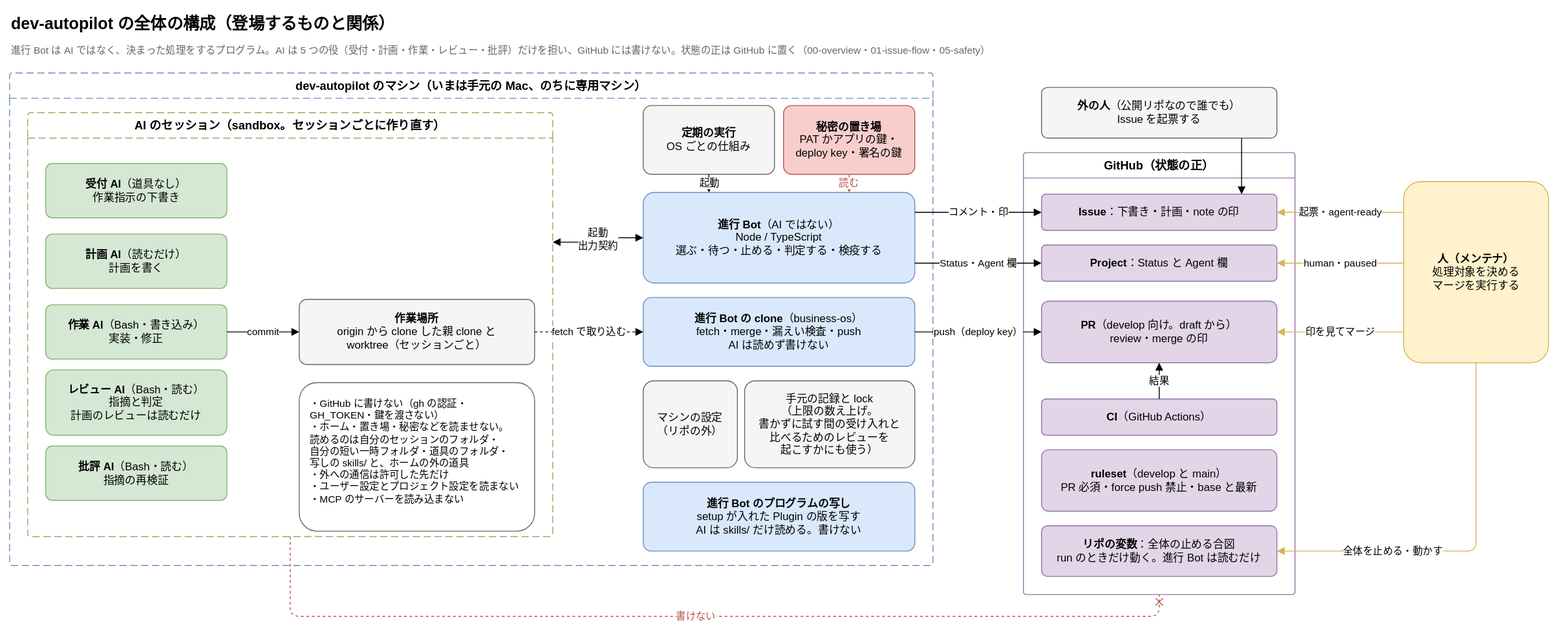
Before: docs/diagrams/overview.drawio.svg, a diagram exported from draw.io (Joymerrevent/dev-autopilot). Source tidied: cells renumbered, new cells last; positions are measured from the earlier drawing's top-left corner, leaving out a move shared by most shapes.
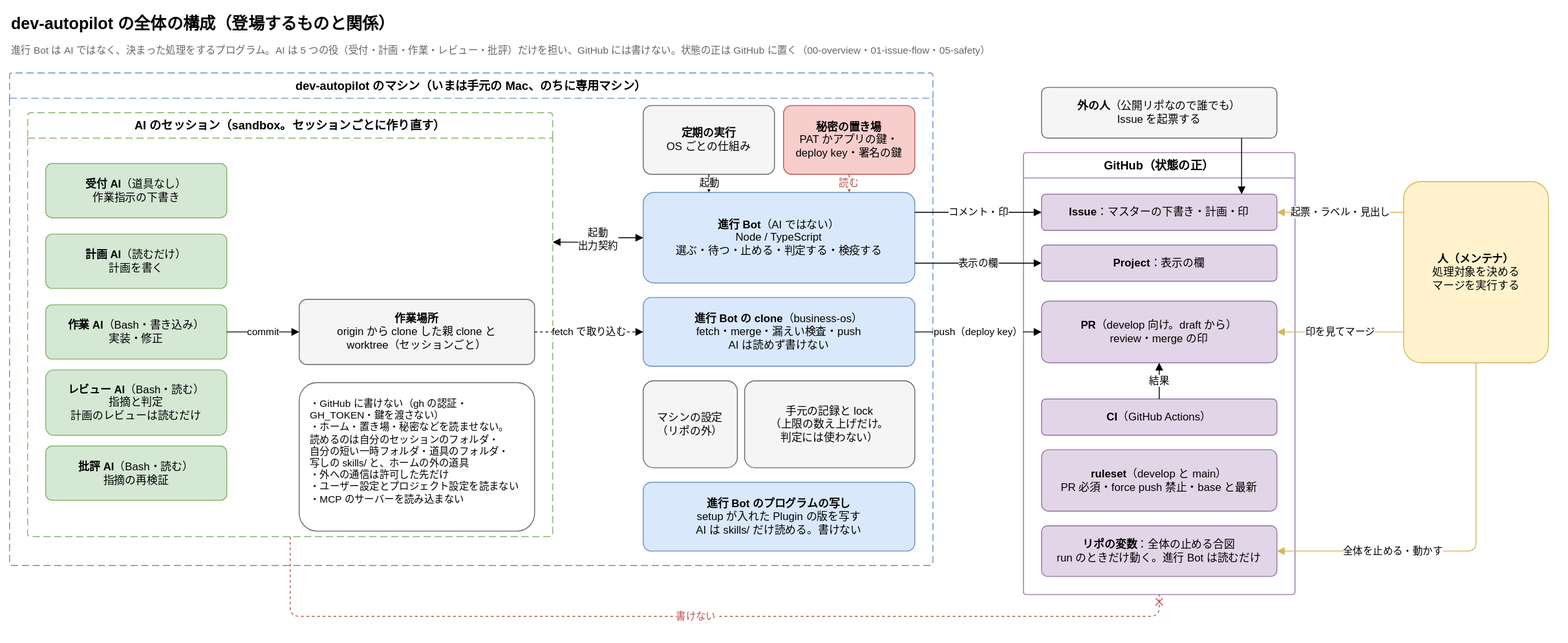
After the commit.

The edit, as a diff of the source:
```diff
@@ -53,16 +53,16 @@
     <mxCell id="18" value="マシンの設定&lt;br&gt;（リポの外）" style="rounded=1;whiteSpace=wrap;html=1;fontSize=12;arcSize=12;fillColor=#f5f5f5;strokeColor=#666666;spacing=12;" parent="1" vertex="1">
       <mxGeometry x="700" y="410" width="104" height="96" as="geometry" />
     </mxCell>
-    <mxCell id="19" value="手元の記録と lock&lt;br&gt;（上限の数え上げ。&lt;br&gt;書かずに試す間の受け入れと&lt;br&gt;比べるためのレビューを&lt;br&gt;起こすかにも使う）" style="rounded=1;whiteSpace=wrap;html=1;fontSize=12;arcSize=12;fillColor=#f5f5f5;strokeColor=#666666;spacing=12;" parent="1" vertex="1">
+    <mxCell id="19" value="手元の記録と lock&lt;br&gt;（上限の数え上げだけ。&lt;br&gt;判定には使わない）" style="rounded=1;whiteSpace=wrap;html=1;fontSize=12;arcSize=12;fillColor=#f5f5f5;strokeColor=#666666;spacing=12;" parent="1" vertex="1">
       <mxGeometry x="812" y="410" width="188" height="96" as="geometry" />
     </mxCell>
     <mxCell id="20" value="GitHub（状態の正）" style="swimlane;startSize=28;html=1;whiteSpace=wrap;rounded=1;arcSize=4;fontStyle=1;fontSize=13;strokeColor=#9673a6;fillColor=none;swimlaneFillColor=none;" parent="1" vertex="1">
       <mxGeometry x="1120" y="158" width="300" height="488" as="geometry" />
     </mxCell>
-    <mxCell id="21" value="&lt;b&gt;Issue&lt;/b&gt;：下書き・計画・note の印" style="rounded=1;whiteSpace=wrap;html=1;fontSize=12;arcSize=12;fillColor=#e1d5e7;strokeColor=#9673a6;spacing=12;" parent="20" vertex="1">
+    <mxCell id="21" value="&lt;b&gt;Issue&lt;/b&gt;：マスターの下書き・計画・印" style="rounded=1;whiteSpace=wrap;html=1;fontSize=12;arcSize=12;fillColor=#e1d5e7;strokeColor=#9673a6;spacing=12;" parent="20" vertex="1">
       <mxGeometry x="20" y="46" width="260" height="40" as="geometry" />
     </mxCell>
-    <mxCell id="22" value="&lt;b&gt;Project&lt;/b&gt;：Status と Agent 欄" style="rounded=1;whiteSpace=wrap;html=1;fontSize=12;arcSize=12;fillColor=#e1d5e7;strokeColor=#9673a6;spacing=12;" parent="20" vertex="1">
+    <mxCell id="22" value="&lt;b&gt;Project&lt;/b&gt;：表示の欄" style="rounded=1;whiteSpace=wrap;html=1;fontSize=12;arcSize=12;fillColor=#e1d5e7;strokeColor=#9673a6;spacing=12;" parent="20" vertex="1">
       <mxGeometry x="20" y="102" width="260" height="40" as="geometry" />
     </mxCell>
     <mxCell id="23" value="&lt;b&gt;PR&lt;/b&gt;（develop 向け。draft から）&lt;br&gt;review・merge の印" style="rounded=1;whiteSpace=wrap;html=1;fontSize=12;arcSize=12;fillColor=#e1d5e7;strokeColor=#9673a6;spacing=12;" parent="20" vertex="1">
@@ -101,7 +101,7 @@
     <mxCell id="34" value="コメント・印" style="edgeStyle=orthogonalEdgeStyle;rounded=1;html=1;endArrow=block;endFill=1;fontSize=11;labelBackgroundColor=#ffffff;exitDx=0;exitDy=0;entryDx=0;entryDy=0;exitX=1;exitY=0.22;entryX=0;entryY=0.5;" parent="1" edge="1" source="15" target="21">
       <mxGeometry relative="1" as="geometry" />
     </mxCell>
-    <mxCell id="35" value="Status・Agent 欄" style="edgeStyle=orthogonalEdgeStyle;rounded=1;html=1;endArrow=block;endFill=1;fontSize=11;labelBackgroundColor=#ffffff;exitDx=0;exitDy=0;entryDx=0;entryDy=0;exitX=1;exitY=0.78;entryX=0;entryY=0.5;" parent="1" edge="1" source="15" target="22">
+    <mxCell id="35" value="表示の欄" style="edgeStyle=orthogonalEdgeStyle;rounded=1;html=1;endArrow=block;endFill=1;fontSize=11;labelBackgroundColor=#ffffff;exitDx=0;exitDy=0;entryDx=0;entryDy=0;exitX=1;exitY=0.78;entryX=0;entryY=0.5;" parent="1" edge="1" source="15" target="22">
       <mxGeometry relative="1" as="geometry" />
     </mxCell>
     <mxCell id="36" value="push（deploy key）" style="edgeStyle=orthogonalEdgeStyle;rounded=1;html=1;endArrow=block;endFill=1;fontSize=11;labelBackgroundColor=#ffffff;exitDx=0;exitDy=0;entryDx=0;entryDy=0;exitX=1;exitY=0.5;entryX=0;entryY=0.5;" parent="1" edge="1" source="16" target="23">
@@ -110,15 +110,12 @@
     <mxCell id="37" value="結果" style="edgeStyle=orthogonalEdgeStyle;rounded=1;html=1;endArrow=block;endFill=1;fontSize=11;labelBackgroundColor=#ffffff;exitX=0.5;exitY=0;exitDx=0;exitDy=0;entryX=0.5;entryY=1;entryDx=0;entryDy=0;" parent="1" edge="1" source="24" target="23">
       <mxGeometry relative="1" as="geometry" />
     </mxCell>
-    <mxCell id="38" value="起票・agent-ready" style="edgeStyle=orthogonalEdgeStyle;rounded=1;html=1;endArrow=block;endFill=1;fontSize=11;labelBackgroundColor=#ffffff;strokeColor=#d6b656;exitDx=0;exitDy=0;entryDx=0;entryDy=0;exitX=0;exitY=0.17;entryX=1;entryY=0.5;" parent="1" edge="1" source="27" target="21">
+    <mxCell id="38" value="起票・ラベル・見出し" style="edgeStyle=orthogonalEdgeStyle;rounded=1;html=1;endArrow=block;endFill=1;fontSize=11;labelBackgroundColor=#ffffff;strokeColor=#d6b656;exitDx=0;exitDy=0;entryDx=0;entryDy=0;exitX=0;exitY=0.17;entryX=1;entryY=0.5;" parent="1" edge="1" source="27" target="21">
       <mxGeometry relative="1" as="geometry" />
     </mxCell>
     <mxCell id="39" style="edgeStyle=orthogonalEdgeStyle;rounded=1;html=1;endArrow=block;endFill=1;fontSize=11;labelBackgroundColor=#ffffff;exitDx=0;exitDy=0;entryDx=0;entryDy=0;exitX=0.85;exitY=1;entryX=0.85;entryY=0;" parent="1" edge="1" source="28" target="21">
       <mxGeometry relative="1" as="geometry" />
     </mxCell>
-    <mxCell id="40" value="human・paused" style="edgeStyle=orthogonalEdgeStyle;rounded=1;html=1;endArrow=block;endFill=1;fontSize=11;labelBackgroundColor=#ffffff;strokeColor=#d6b656;exitDx=0;exitDy=0;entryDx=0;entryDy=0;exitX=0;exitY=0.45;entryX=1;entryY=0.5;" parent="1" edge="1" source="27" target="22">
-      <mxGeometry relative="1" as="geometry" />
-    </mxCell>
     <mxCell id="41" value="全体を止める・動かす" style="edgeStyle=orthogonalEdgeStyle;rounded=1;html=1;endArrow=block;endFill=1;fontSize=11;labelBackgroundColor=#ffffff;strokeColor=#d6b656;exitDx=0;exitDy=0;entryDx=0;entryDy=0;exitX=0.5;exitY=1;entryX=1;entryY=0.5;" parent="1" edge="1" source="27" target="26">
       <mxGeometry x="0.4" relative="1" as="geometry" />
     </mxCell>
```
